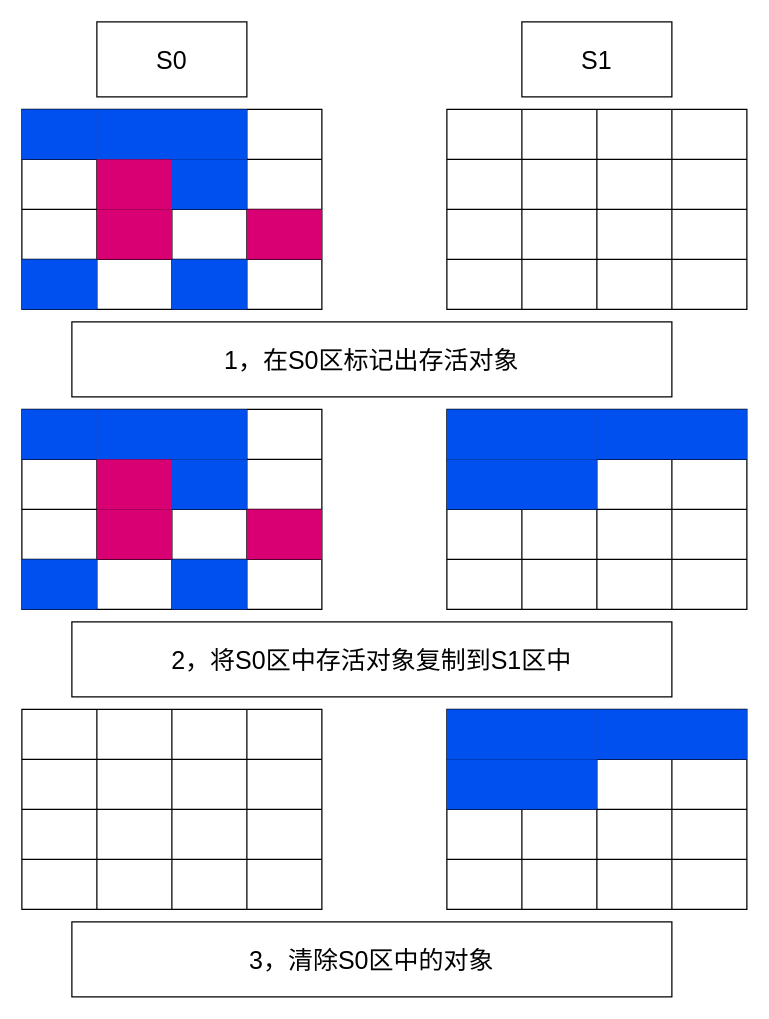
Earlier version of the draw.io diagram jvm/copy.drawio (igdnss/blog). Source tidied: cells renumbered, new cells numbered last; positions are measured from the earlier drawing's top-left corner, leaving out a move shared by most shapes. Both pictures are drawn from the tidied source at 125%, with x=0, y=0 at pixel (21, 21).
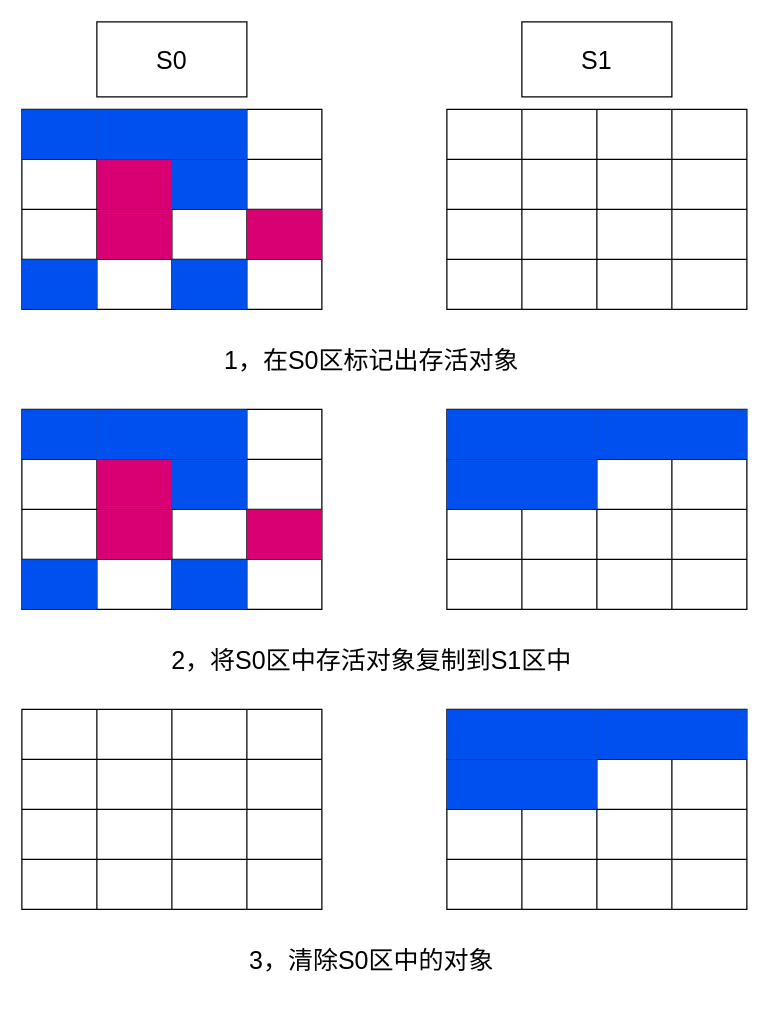
After the change.

What changed in the source:
```diff
@@
-    <mxCell id="130" value="1，在S0区标记出存活对象" style="rounded=0;whiteSpace=wrap;html=1;fontSize=20;" parent="1" vertex="1">
+    <mxCell id="130" value="1，在S0区标记出存活对象" style="rounded=0;whiteSpace=wrap;html=1;fontSize=20;strokeColor=none;" parent="1" vertex="1">
       <mxGeometry x="40" y="240" width="480" height="60" as="geometry" />
     </mxCell>
-    <mxCell id="131" value="2，将S0区中存活对象复制到S1区中" style="rounded=0;whiteSpace=wrap;html=1;fontSize=20;" parent="1" vertex="1">
+    <mxCell id="131" value="2，将S0区中存活对象复制到S1区中" style="rounded=0;whiteSpace=wrap;html=1;fontSize=20;strokeWidth=1;strokeColor=none;" parent="1" vertex="1">
       <mxGeometry x="40" y="480" width="480" height="60" as="geometry" />
     </mxCell>
-    <mxCell id="132" value="3，清除S0区中的对象" style="rounded=0;whiteSpace=wrap;html=1;fontSize=20;" parent="1" vertex="1">
+    <mxCell id="132" value="3，清除S0区中的对象" style="rounded=0;whiteSpace=wrap;html=1;fontSize=20;fillColor=none;strokeColor=none;" parent="1" vertex="1">
       <mxGeometry x="40" y="720" width="480" height="60" as="geometry" />
     </mxCell>
```
